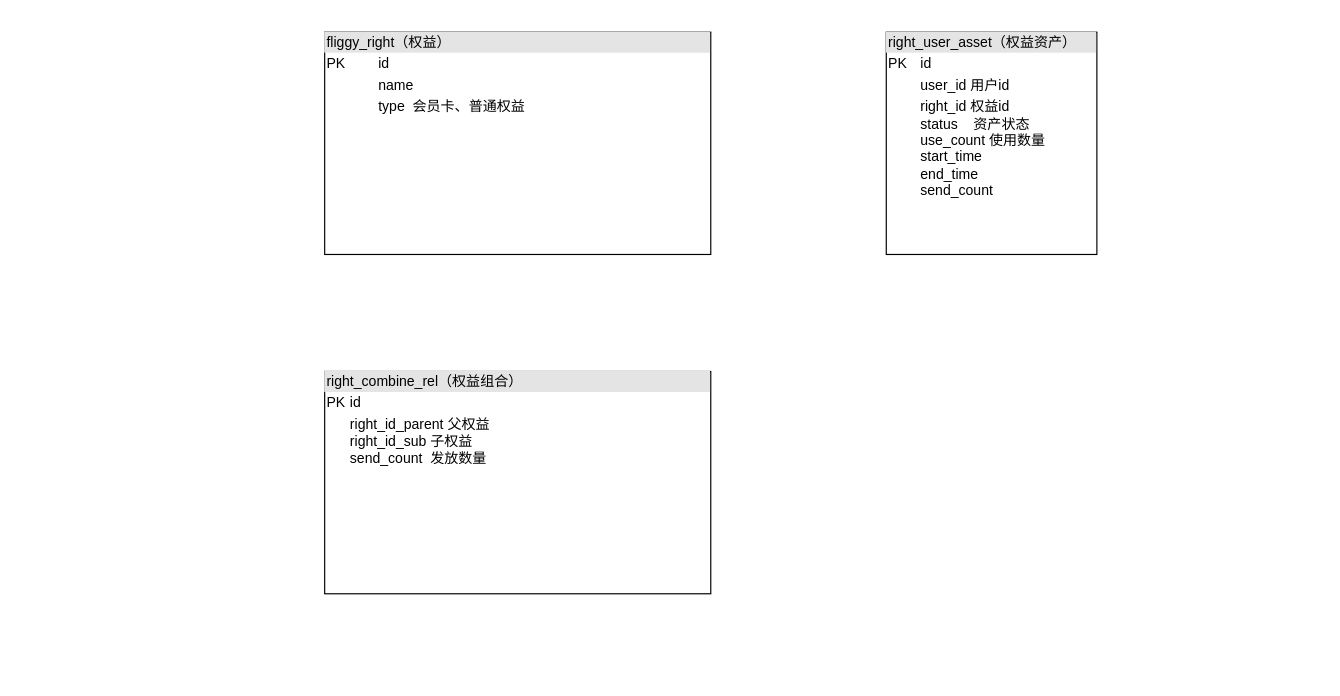
Earlier version of the draw.io diagram page "会员卡创建" (1 of 4) of 付费权益.drawio (renqiuming/drawio). Source tidied: cells renumbered, new cells numbered last; positions are measured from the earlier drawing's top-left corner, leaving out a move shared by most shapes. Both pictures are drawn from the tidied source at 117%, with x=0, y=0 at pixel (324, 32).
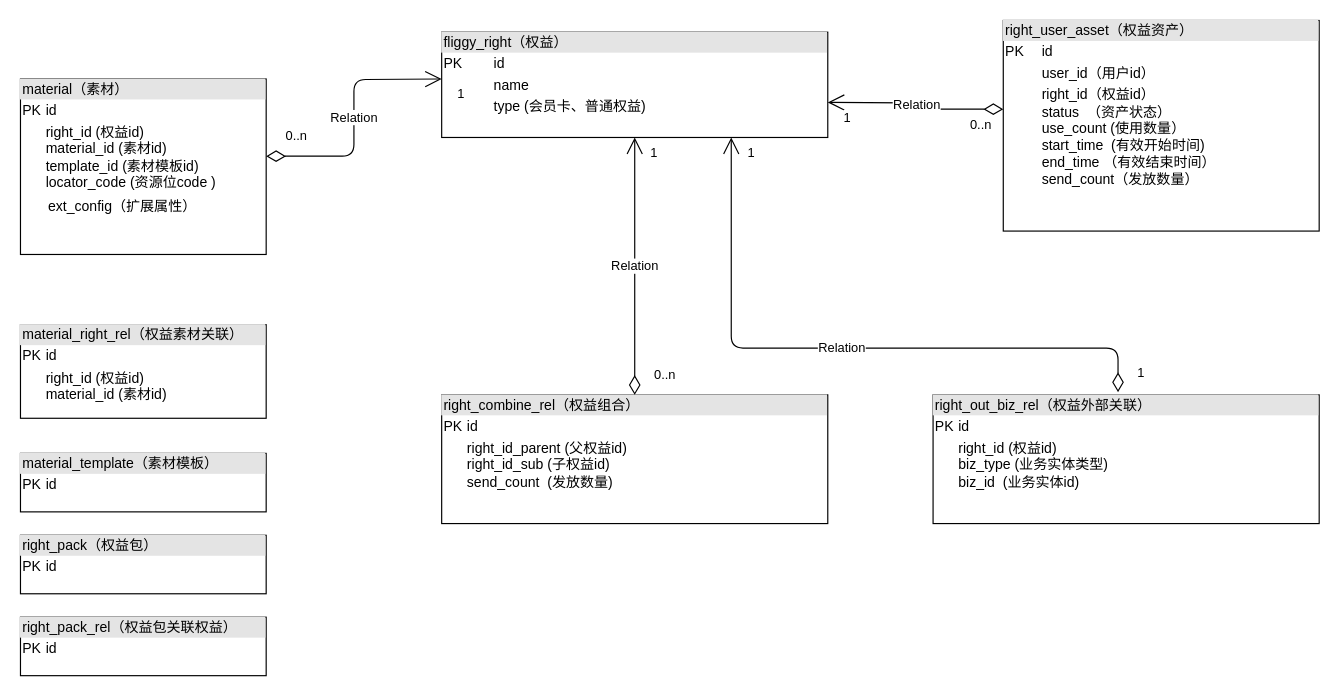
After the change.

Commit message (it also covers changes not shown here):
更新付费权益.drawio

Diff of the diagram source:
```diff
@@
-    <mxCell id="2" value="&lt;div style=&quot;box-sizing: border-box ; width: 100% ; background: #e4e4e4 ; padding: 2px&quot;&gt;fliggy_right（权益）&lt;/div&gt;&lt;table style=&quot;width: 100% ; font-size: 1em&quot; cellpadding=&quot;2&quot; cellspacing=&quot;0&quot;&gt;&lt;tbody&gt;&lt;tr&gt;&lt;td&gt;PK&lt;/td&gt;&lt;td&gt;id&lt;/td&gt;&lt;/tr&gt;&lt;tr&gt;&lt;td&gt;&lt;br&gt;&lt;/td&gt;&lt;td&gt;name&lt;br&gt;&lt;/td&gt;&lt;/tr&gt;&lt;tr&gt;&lt;td&gt;&lt;/td&gt;&lt;td&gt;type&amp;nbsp; 会员卡、普通权益&lt;br&gt;&lt;br&gt;&lt;br&gt;&lt;br&gt;&lt;br&gt;&lt;br&gt;&lt;/td&gt;&lt;/tr&gt;&lt;/tbody&gt;&lt;/table&gt;" style="verticalAlign=top;align=left;overflow=fill;html=1;" parent="1" vertex="1">
-      <mxGeometry width="330" height="190" as="geometry" />
+    <mxCell id="2" value="&lt;div style=&quot;box-sizing: border-box ; width: 100% ; background: #e4e4e4 ; padding: 2px&quot;&gt;fliggy_right（权益）&lt;/div&gt;&lt;table style=&quot;width: 100% ; font-size: 1em&quot; cellpadding=&quot;2&quot; cellspacing=&quot;0&quot;&gt;&lt;tbody&gt;&lt;tr&gt;&lt;td&gt;PK&lt;/td&gt;&lt;td&gt;id&lt;/td&gt;&lt;/tr&gt;&lt;tr&gt;&lt;td&gt;&lt;br&gt;&lt;/td&gt;&lt;td&gt;name&lt;br&gt;&lt;/td&gt;&lt;/tr&gt;&lt;tr&gt;&lt;td&gt;&lt;/td&gt;&lt;td&gt;type (会员卡、普通权益)&lt;br&gt;&lt;br&gt;&lt;br&gt;&lt;br&gt;&lt;br&gt;&lt;br&gt;&lt;/td&gt;&lt;/tr&gt;&lt;/tbody&gt;&lt;/table&gt;" style="verticalAlign=top;align=left;overflow=fill;html=1;" parent="1" vertex="1">
+      <mxGeometry x="100" width="330" height="90" as="geometry" />
     </mxCell>
-    <mxCell id="3" value="&lt;div style=&quot;box-sizing: border-box ; width: 100% ; background: #e4e4e4 ; padding: 2px&quot;&gt;right_user_asset（权益资产）&lt;br&gt;&lt;/div&gt;&lt;table style=&quot;width: 100% ; font-size: 1em&quot; cellpadding=&quot;2&quot; cellspacing=&quot;0&quot;&gt;&lt;tbody&gt;&lt;tr&gt;&lt;td&gt;PK&lt;/td&gt;&lt;td&gt;id&lt;/td&gt;&lt;/tr&gt;&lt;tr&gt;&lt;td&gt;&lt;br&gt;&lt;/td&gt;&lt;td&gt;user_id 用户id&lt;/td&gt;&lt;/tr&gt;&lt;tr&gt;&lt;td&gt;&lt;br&gt;&lt;/td&gt;&lt;td&gt;right_id 权益id&lt;br&gt;status&amp;nbsp; &amp;nbsp; 资产状态&lt;br&gt;use_count 使用数量&lt;br&gt;start_time&lt;br&gt;end_time&lt;br&gt;send_count&lt;br&gt;&lt;br&gt;&lt;/td&gt;&lt;/tr&gt;&lt;/tbody&gt;&lt;/table&gt;" style="verticalAlign=top;align=left;overflow=fill;html=1;" parent="1" vertex="1">
-      <mxGeometry x="480" width="180" height="190" as="geometry" />
+    <mxCell id="3" value="&lt;div style=&quot;box-sizing: border-box ; width: 100% ; background: #e4e4e4 ; padding: 2px&quot;&gt;right_user_asset（权益资产）&lt;br&gt;&lt;/div&gt;&lt;table style=&quot;width: 100% ; font-size: 1em&quot; cellpadding=&quot;2&quot; cellspacing=&quot;0&quot;&gt;&lt;tbody&gt;&lt;tr&gt;&lt;td&gt;PK&lt;/td&gt;&lt;td&gt;id&lt;/td&gt;&lt;/tr&gt;&lt;tr&gt;&lt;td&gt;&lt;br&gt;&lt;/td&gt;&lt;td&gt;user_id（用户id）&lt;/td&gt;&lt;/tr&gt;&lt;tr&gt;&lt;td&gt;&lt;br&gt;&lt;/td&gt;&lt;td&gt;right_id（权益id）&lt;br&gt;status&amp;nbsp; （资产状态）&lt;br&gt;use_count (使用数量）&lt;br&gt;start_time&amp;nbsp; (有效开始时间)&lt;br&gt;end_time （有效结束时间）&lt;br&gt;send_count（发放数量）&lt;br&gt;&lt;br&gt;&lt;/td&gt;&lt;/tr&gt;&lt;/tbody&gt;&lt;/table&gt;" style="verticalAlign=top;align=left;overflow=fill;html=1;" parent="1" vertex="1">
+      <mxGeometry x="580" y="-10" width="270" height="180" as="geometry" />
     </mxCell>
-    <mxCell id="4" value="&lt;div style=&quot;box-sizing: border-box ; width: 100% ; background: #e4e4e4 ; padding: 2px&quot;&gt;right_combine_rel（权益组合）&lt;/div&gt;&lt;table style=&quot;width: 100% ; font-size: 1em&quot; cellpadding=&quot;2&quot; cellspacing=&quot;0&quot;&gt;&lt;tbody&gt;&lt;tr&gt;&lt;td&gt;PK&lt;/td&gt;&lt;td&gt;id&lt;/td&gt;&lt;/tr&gt;&lt;tr&gt;&lt;td&gt;&lt;br&gt;&lt;/td&gt;&lt;td&gt;right_id_parent 父权益&lt;br&gt;right_id_sub 子权益&lt;br&gt;send_count&amp;nbsp; 发放数量&lt;br&gt;&lt;span style=&quot;color: rgb(89 , 89 , 89) ; font-family: , &amp;#34;consolas&amp;#34; , &amp;#34;liberation mono&amp;#34; , &amp;#34;menlo&amp;#34; , &amp;#34;courier&amp;#34; , monospace ; font-size: 13px ; letter-spacing: 0.7px ; background-color: rgb(249 , 249 , 249)&quot;&gt;&lt;br&gt;&lt;/span&gt;&lt;/td&gt;&lt;/tr&gt;&lt;tr&gt;&lt;td&gt;&lt;/td&gt;&lt;td&gt;&lt;table cellpadding=&quot;2&quot; cellspacing=&quot;0&quot; style=&quot;font-size: 1em ; width: 330px&quot;&gt;&lt;tbody&gt;&lt;tr&gt;&lt;td&gt;&lt;span style=&quot;color: rgb(89 , 89 , 89) ; font-family: , &amp;#34;consolas&amp;#34; , &amp;#34;liberation mono&amp;#34; , &amp;#34;menlo&amp;#34; , &amp;#34;courier&amp;#34; , monospace ; font-size: 13px ; letter-spacing: 0.7px ; background-color: rgb(249 , 249 , 249)&quot;&gt;&lt;br&gt;&lt;br&gt;&lt;/span&gt;&lt;/td&gt;&lt;/tr&gt;&lt;/tbody&gt;&lt;/table&gt;&lt;br&gt;&lt;br&gt;&lt;br&gt;&lt;br&gt;&lt;/td&gt;&lt;/tr&gt;&lt;/tbody&gt;&lt;/table&gt;" style="verticalAlign=top;align=left;overflow=fill;html=1;" parent="1" vertex="1">
-      <mxGeometry y="290" width="330" height="190" as="geometry" />
+    <mxCell id="4" value="&lt;div style=&quot;box-sizing: border-box ; width: 100% ; background: #e4e4e4 ; padding: 2px&quot;&gt;right_combine_rel（权益组合）&lt;/div&gt;&lt;table style=&quot;width: 100% ; font-size: 1em&quot; cellpadding=&quot;2&quot; cellspacing=&quot;0&quot;&gt;&lt;tbody&gt;&lt;tr&gt;&lt;td&gt;PK&lt;/td&gt;&lt;td&gt;id&lt;/td&gt;&lt;/tr&gt;&lt;tr&gt;&lt;td&gt;&lt;br&gt;&lt;/td&gt;&lt;td&gt;right_id_parent (父权益id)&lt;br&gt;right_id_sub (子权益id)&lt;br&gt;send_count&amp;nbsp; (发放数量)&lt;br&gt;&lt;span style=&quot;color: rgb(89 , 89 , 89) ; font-family: , &amp;#34;consolas&amp;#34; , &amp;#34;liberation mono&amp;#34; , &amp;#34;menlo&amp;#34; , &amp;#34;courier&amp;#34; , monospace ; font-size: 13px ; letter-spacing: 0.7px ; background-color: rgb(249 , 249 , 249)&quot;&gt;&lt;br&gt;&lt;/span&gt;&lt;/td&gt;&lt;/tr&gt;&lt;tr&gt;&lt;td&gt;&lt;/td&gt;&lt;td&gt;&lt;table cellpadding=&quot;2&quot; cellspacing=&quot;0&quot; style=&quot;font-size: 1em ; width: 330px&quot;&gt;&lt;tbody&gt;&lt;tr&gt;&lt;td&gt;&lt;span style=&quot;color: rgb(89 , 89 , 89) ; font-family: , &amp;#34;consolas&amp;#34; , &amp;#34;liberation mono&amp;#34; , &amp;#34;menlo&amp;#34; , &amp;#34;courier&amp;#34; , monospace ; font-size: 13px ; letter-spacing: 0.7px ; background-color: rgb(249 , 249 , 249)&quot;&gt;&lt;br&gt;&lt;br&gt;&lt;/span&gt;&lt;/td&gt;&lt;/tr&gt;&lt;/tbody&gt;&lt;/table&gt;&lt;br&gt;&lt;br&gt;&lt;br&gt;&lt;br&gt;&lt;/td&gt;&lt;/tr&gt;&lt;/tbody&gt;&lt;/table&gt;" style="verticalAlign=top;align=left;overflow=fill;html=1;" parent="1" vertex="1">
+      <mxGeometry x="100" y="310" width="330" height="110" as="geometry" />
     </mxCell>
+    <mxCell id="5" value="Relation" style="endArrow=open;html=1;endSize=12;startArrow=diamondThin;startSize=14;startFill=0;edgeStyle=orthogonalEdgeStyle;exitX=0;exitY=0.421;exitDx=0;exitDy=0;exitPerimeter=0;" parent="1" edge="1" source="3">
+      <mxGeometry relative="1" as="geometry">
+        <mxPoint x="430" y="60" as="targetPoint" />
+      </mxGeometry>
+    </mxCell>
+    <mxCell id="6" value="0..n" style="edgeLabel;html=1;align=left;verticalAlign=top;" parent="5" vertex="1">
+      <mxGeometry x="-1" relative="1" as="geometry">
+        <mxPoint x="-30" as="offset" />
+      </mxGeometry>
+    </mxCell>
+    <mxCell id="7" value="1" style="edgeLabel;html=1;align=right;verticalAlign=top;" parent="5" vertex="1">
+      <mxGeometry x="1" relative="1" as="geometry">
+        <mxPoint x="20" as="offset" />
+      </mxGeometry>
+    </mxCell>
+    <mxCell id="8" value="&lt;div style=&quot;box-sizing: border-box ; width: 100% ; background: #e4e4e4 ; padding: 2px&quot;&gt;material_right_rel（权益素材关联）&lt;/div&gt;&lt;table style=&quot;width: 100% ; font-size: 1em&quot; cellpadding=&quot;2&quot; cellspacing=&quot;0&quot;&gt;&lt;tbody&gt;&lt;tr&gt;&lt;td&gt;PK&lt;/td&gt;&lt;td&gt;id&lt;/td&gt;&lt;/tr&gt;&lt;tr&gt;&lt;td&gt;&lt;br&gt;&lt;/td&gt;&lt;td&gt;right_id (权益id)&lt;br&gt;material_id (素材id)&lt;br&gt;&lt;span style=&quot;color: rgb(89 , 89 , 89) ; font-family: , &amp;#34;consolas&amp;#34; , &amp;#34;liberation mono&amp;#34; , &amp;#34;menlo&amp;#34; , &amp;#34;courier&amp;#34; , monospace ; font-size: 13px ; letter-spacing: 0.7px ; background-color: rgb(249 , 249 , 249)&quot;&gt;&lt;br&gt;&lt;/span&gt;&lt;/td&gt;&lt;/tr&gt;&lt;tr&gt;&lt;td&gt;&lt;/td&gt;&lt;td&gt;&lt;table cellpadding=&quot;2&quot; cellspacing=&quot;0&quot; style=&quot;font-size: 1em ; width: 330px&quot;&gt;&lt;tbody&gt;&lt;tr&gt;&lt;td&gt;&lt;span style=&quot;color: rgb(89 , 89 , 89) ; font-family: , &amp;#34;consolas&amp;#34; , &amp;#34;liberation mono&amp;#34; , &amp;#34;menlo&amp;#34; , &amp;#34;courier&amp;#34; , monospace ; font-size: 13px ; letter-spacing: 0.7px ; background-color: rgb(249 , 249 , 249)&quot;&gt;&lt;br&gt;&lt;br&gt;&lt;/span&gt;&lt;/td&gt;&lt;/tr&gt;&lt;/tbody&gt;&lt;/table&gt;&lt;br&gt;&lt;br&gt;&lt;br&gt;&lt;br&gt;&lt;/td&gt;&lt;/tr&gt;&lt;/tbody&gt;&lt;/table&gt;" style="verticalAlign=top;align=left;overflow=fill;html=1;" parent="1" vertex="1">
+      <mxGeometry x="-260" y="250" width="210" height="80" as="geometry" />
+    </mxCell>
+    <mxCell id="9" value="Relation" style="endArrow=open;html=1;endSize=12;startArrow=diamondThin;startSize=14;startFill=0;edgeStyle=orthogonalEdgeStyle;exitX=0.5;exitY=0;exitDx=0;exitDy=0;entryX=0.5;entryY=1;entryDx=0;entryDy=0;" parent="1" edge="1" source="4" target="2">
+      <mxGeometry relative="1" as="geometry" />
+    </mxCell>
+    <mxCell id="10" value="0..n" style="edgeLabel;html=1;align=left;verticalAlign=top;" parent="9" vertex="1">
+      <mxGeometry x="-1" relative="1" as="geometry">
+        <mxPoint x="15" y="-30" as="offset" />
+      </mxGeometry>
+    </mxCell>
+    <mxCell id="11" value="1" style="edgeLabel;html=1;align=right;verticalAlign=top;" parent="9" vertex="1">
+      <mxGeometry x="1" relative="1" as="geometry">
+        <mxPoint x="20" as="offset" />
+      </mxGeometry>
+    </mxCell>
+    <mxCell id="12" value="&lt;div style=&quot;box-sizing: border-box ; width: 100% ; background: #e4e4e4 ; padding: 2px&quot;&gt;material（素材）&lt;/div&gt;&lt;table style=&quot;width: 100% ; font-size: 1em&quot; cellpadding=&quot;2&quot; cellspacing=&quot;0&quot;&gt;&lt;tbody&gt;&lt;tr&gt;&lt;td&gt;PK&lt;/td&gt;&lt;td&gt;id&lt;/td&gt;&lt;/tr&gt;&lt;tr&gt;&lt;td&gt;&lt;br&gt;&lt;/td&gt;&lt;td&gt;right_id (权益id)&lt;br&gt;material_id (素材id)&lt;br&gt;template_id (素材模板id)&lt;br&gt;locator_code (资源位code )&lt;span style=&quot;background-color: rgb(249 , 249 , 249)&quot;&gt;&lt;br&gt;&lt;/span&gt;&lt;/td&gt;&lt;/tr&gt;&lt;tr&gt;&lt;td&gt;&lt;/td&gt;&lt;td&gt;&lt;table cellpadding=&quot;2&quot; cellspacing=&quot;0&quot; style=&quot;font-size: 1em ; width: 330px&quot;&gt;&lt;tbody&gt;&lt;tr&gt;&lt;td&gt;ext_config（扩展属性）&lt;span style=&quot;background-color: rgb(249 , 249 , 249)&quot;&gt;&lt;br&gt;&lt;br&gt;&lt;/span&gt;&lt;/td&gt;&lt;/tr&gt;&lt;/tbody&gt;&lt;/table&gt;&lt;br&gt;&lt;br&gt;&lt;br&gt;&lt;br&gt;&lt;/td&gt;&lt;/tr&gt;&lt;/tbody&gt;&lt;/table&gt;" style="verticalAlign=top;align=left;overflow=fill;html=1;" parent="1" vertex="1">
+      <mxGeometry x="-260" y="40" width="210" height="150" as="geometry" />
+    </mxCell>
+    <mxCell id="13" value="&lt;div style=&quot;box-sizing: border-box ; width: 100% ; background: #e4e4e4 ; padding: 2px&quot;&gt;right_out_biz_rel（权益外部关联）&lt;/div&gt;&lt;table style=&quot;width: 100% ; font-size: 1em&quot; cellpadding=&quot;2&quot; cellspacing=&quot;0&quot;&gt;&lt;tbody&gt;&lt;tr&gt;&lt;td&gt;PK&lt;/td&gt;&lt;td&gt;id&lt;/td&gt;&lt;/tr&gt;&lt;tr&gt;&lt;td&gt;&lt;br&gt;&lt;/td&gt;&lt;td&gt;right_id (权益id)&lt;br&gt;biz_type&amp;nbsp;(业务实体类型)&lt;br&gt;biz_id&amp;nbsp; (业务实体id)&lt;br&gt;&lt;span style=&quot;color: rgb(89 , 89 , 89) ; font-family: , &amp;#34;consolas&amp;#34; , &amp;#34;liberation mono&amp;#34; , &amp;#34;menlo&amp;#34; , &amp;#34;courier&amp;#34; , monospace ; font-size: 13px ; letter-spacing: 0.7px ; background-color: rgb(249 , 249 , 249)&quot;&gt;&lt;br&gt;&lt;/span&gt;&lt;/td&gt;&lt;/tr&gt;&lt;tr&gt;&lt;td&gt;&lt;/td&gt;&lt;td&gt;&lt;table cellpadding=&quot;2&quot; cellspacing=&quot;0&quot; style=&quot;font-size: 1em ; width: 330px&quot;&gt;&lt;tbody&gt;&lt;tr&gt;&lt;td&gt;&lt;span style=&quot;color: rgb(89 , 89 , 89) ; font-family: , &amp;#34;consolas&amp;#34; , &amp;#34;liberation mono&amp;#34; , &amp;#34;menlo&amp;#34; , &amp;#34;courier&amp;#34; , monospace ; font-size: 13px ; letter-spacing: 0.7px ; background-color: rgb(249 , 249 , 249)&quot;&gt;&lt;br&gt;&lt;br&gt;&lt;/span&gt;&lt;/td&gt;&lt;/tr&gt;&lt;/tbody&gt;&lt;/table&gt;&lt;br&gt;&lt;br&gt;&lt;br&gt;&lt;br&gt;&lt;/td&gt;&lt;/tr&gt;&lt;/tbody&gt;&lt;/table&gt;" style="verticalAlign=top;align=left;overflow=fill;html=1;" parent="1" vertex="1">
+      <mxGeometry x="520" y="310" width="330" height="110" as="geometry" />
+    </mxCell>
+    <mxCell id="14" value="Relation" style="endArrow=open;html=1;endSize=12;startArrow=diamondThin;startSize=14;startFill=0;edgeStyle=orthogonalEdgeStyle;exitX=0.479;exitY=-0.021;exitDx=0;exitDy=0;exitPerimeter=0;entryX=0.75;entryY=1;entryDx=0;entryDy=0;" parent="1" edge="1" source="13" target="2">
+      <mxGeometry relative="1" as="geometry">
+        <Array as="points">
+          <mxPoint x="678" y="270" />
+          <mxPoint x="348" y="270" />
+        </Array>
+      </mxGeometry>
+    </mxCell>
+    <mxCell id="15" value="1" style="edgeLabel;html=1;align=left;verticalAlign=top;" parent="14" vertex="1">
+      <mxGeometry x="-1" relative="1" as="geometry">
+        <mxPoint x="15" y="-30" as="offset" />
+      </mxGeometry>
+    </mxCell>
+    <mxCell id="16" value="1" style="edgeLabel;html=1;align=right;verticalAlign=top;" parent="14" vertex="1">
+      <mxGeometry x="1" relative="1" as="geometry">
+        <mxPoint x="20" as="offset" />
+      </mxGeometry>
+    </mxCell>
+    <mxCell id="17" value="&lt;div style=&quot;box-sizing: border-box ; width: 100% ; background: #e4e4e4 ; padding: 2px&quot;&gt;material_template（素材模板）&lt;/div&gt;&lt;table style=&quot;width: 100% ; font-size: 1em&quot; cellpadding=&quot;2&quot; cellspacing=&quot;0&quot;&gt;&lt;tbody&gt;&lt;tr&gt;&lt;td&gt;PK&lt;/td&gt;&lt;td&gt;id&lt;/td&gt;&lt;/tr&gt;&lt;tr&gt;&lt;td&gt;&lt;br&gt;&lt;/td&gt;&lt;td&gt;&lt;span style=&quot;color: rgb(89 , 89 , 89) ; font-family: , &amp;#34;consolas&amp;#34; , &amp;#34;liberation mono&amp;#34; , &amp;#34;menlo&amp;#34; , &amp;#34;courier&amp;#34; , monospace ; font-size: 13px ; letter-spacing: 0.7px ; background-color: rgb(249 , 249 , 249)&quot;&gt;&lt;br&gt;&lt;/span&gt;&lt;/td&gt;&lt;/tr&gt;&lt;tr&gt;&lt;td&gt;&lt;/td&gt;&lt;td&gt;&lt;table cellpadding=&quot;2&quot; cellspacing=&quot;0&quot; style=&quot;font-size: 1em ; width: 330px&quot;&gt;&lt;tbody&gt;&lt;tr&gt;&lt;td&gt;&lt;span style=&quot;color: rgb(89 , 89 , 89) ; font-family: , &amp;#34;consolas&amp;#34; , &amp;#34;liberation mono&amp;#34; , &amp;#34;menlo&amp;#34; , &amp;#34;courier&amp;#34; , monospace ; font-size: 13px ; letter-spacing: 0.7px ; background-color: rgb(249 , 249 , 249)&quot;&gt;&lt;br&gt;&lt;br&gt;&lt;/span&gt;&lt;/td&gt;&lt;/tr&gt;&lt;/tbody&gt;&lt;/table&gt;&lt;br&gt;&lt;br&gt;&lt;br&gt;&lt;br&gt;&lt;/td&gt;&lt;/tr&gt;&lt;/tbody&gt;&lt;/table&gt;" style="verticalAlign=top;align=left;overflow=fill;html=1;" parent="1" vertex="1">
+      <mxGeometry x="-260" y="360" width="210" height="50" as="geometry" />
+    </mxCell>
+    <mxCell id="18" value="Relation" style="endArrow=open;html=1;endSize=12;startArrow=diamondThin;startSize=14;startFill=0;edgeStyle=orthogonalEdgeStyle;exitX=1;exitY=0.44;exitDx=0;exitDy=0;entryX=0.5;entryY=1;entryDx=0;entryDy=0;exitPerimeter=0;" parent="1" edge="1" source="12">
+      <mxGeometry relative="1" as="geometry">
+        <mxPoint x="100" y="40" as="targetPoint" />
+      </mxGeometry>
+    </mxCell>
+    <mxCell id="19" value="0..n" style="edgeLabel;html=1;align=left;verticalAlign=top;" parent="18" vertex="1">
+      <mxGeometry x="-1" relative="1" as="geometry">
+        <mxPoint x="15" y="-30" as="offset" />
+      </mxGeometry>
+    </mxCell>
+    <mxCell id="20" value="1" style="edgeLabel;html=1;align=right;verticalAlign=top;" parent="18" vertex="1">
+      <mxGeometry x="1" relative="1" as="geometry">
+        <mxPoint x="20" as="offset" />
+      </mxGeometry>
+    </mxCell>
+    <mxCell id="21" value="&lt;div style=&quot;box-sizing: border-box ; width: 100% ; background: #e4e4e4 ; padding: 2px&quot;&gt;right_pack（权益包）&lt;/div&gt;&lt;table style=&quot;width: 100% ; font-size: 1em&quot; cellpadding=&quot;2&quot; cellspacing=&quot;0&quot;&gt;&lt;tbody&gt;&lt;tr&gt;&lt;td&gt;PK&lt;/td&gt;&lt;td&gt;id&lt;/td&gt;&lt;/tr&gt;&lt;tr&gt;&lt;td&gt;&lt;br&gt;&lt;/td&gt;&lt;td&gt;&lt;span style=&quot;color: rgb(89 , 89 , 89) ; font-family: , &amp;#34;consolas&amp;#34; , &amp;#34;liberation mono&amp;#34; , &amp;#34;menlo&amp;#34; , &amp;#34;courier&amp;#34; , monospace ; font-size: 13px ; letter-spacing: 0.7px ; background-color: rgb(249 , 249 , 249)&quot;&gt;&lt;br&gt;&lt;/span&gt;&lt;/td&gt;&lt;/tr&gt;&lt;tr&gt;&lt;td&gt;&lt;/td&gt;&lt;td&gt;&lt;table cellpadding=&quot;2&quot; cellspacing=&quot;0&quot; style=&quot;font-size: 1em ; width: 330px&quot;&gt;&lt;tbody&gt;&lt;tr&gt;&lt;td&gt;&lt;span style=&quot;color: rgb(89 , 89 , 89) ; font-family: , &amp;#34;consolas&amp;#34; , &amp;#34;liberation mono&amp;#34; , &amp;#34;menlo&amp;#34; , &amp;#34;courier&amp;#34; , monospace ; font-size: 13px ; letter-spacing: 0.7px ; background-color: rgb(249 , 249 , 249)&quot;&gt;&lt;br&gt;&lt;br&gt;&lt;/span&gt;&lt;/td&gt;&lt;/tr&gt;&lt;/tbody&gt;&lt;/table&gt;&lt;br&gt;&lt;br&gt;&lt;br&gt;&lt;br&gt;&lt;/td&gt;&lt;/tr&gt;&lt;/tbody&gt;&lt;/table&gt;" style="verticalAlign=top;align=left;overflow=fill;html=1;" parent="1" vertex="1">
+      <mxGeometry x="-260" y="430" width="210" height="50" as="geometry" />
+    </mxCell>
+    <mxCell id="22" value="&lt;div style=&quot;box-sizing: border-box ; width: 100% ; background: #e4e4e4 ; padding: 2px&quot;&gt;right_pack_rel（权益包关联权益）&lt;/div&gt;&lt;table style=&quot;width: 100% ; font-size: 1em&quot; cellpadding=&quot;2&quot; cellspacing=&quot;0&quot;&gt;&lt;tbody&gt;&lt;tr&gt;&lt;td&gt;PK&lt;/td&gt;&lt;td&gt;id&lt;/td&gt;&lt;/tr&gt;&lt;tr&gt;&lt;td&gt;&lt;br&gt;&lt;/td&gt;&lt;td&gt;&lt;span style=&quot;color: rgb(89 , 89 , 89) ; font-family: , &amp;#34;consolas&amp;#34; , &amp;#34;liberation mono&amp;#34; , &amp;#34;menlo&amp;#34; , &amp;#34;courier&amp;#34; , monospace ; font-size: 13px ; letter-spacing: 0.7px ; background-color: rgb(249 , 249 , 249)&quot;&gt;&lt;br&gt;&lt;/span&gt;&lt;/td&gt;&lt;/tr&gt;&lt;tr&gt;&lt;td&gt;&lt;/td&gt;&lt;td&gt;&lt;table cellpadding=&quot;2&quot; cellspacing=&quot;0&quot; style=&quot;font-size: 1em ; width: 330px&quot;&gt;&lt;tbody&gt;&lt;tr&gt;&lt;td&gt;&lt;span style=&quot;color: rgb(89 , 89 , 89) ; font-family: , &amp;#34;consolas&amp;#34; , &amp;#34;liberation mono&amp;#34; , &amp;#34;menlo&amp;#34; , &amp;#34;courier&amp;#34; , monospace ; font-size: 13px ; letter-spacing: 0.7px ; background-color: rgb(249 , 249 , 249)&quot;&gt;&lt;br&gt;&lt;br&gt;&lt;/span&gt;&lt;/td&gt;&lt;/tr&gt;&lt;/tbody&gt;&lt;/table&gt;&lt;br&gt;&lt;br&gt;&lt;br&gt;&lt;br&gt;&lt;/td&gt;&lt;/tr&gt;&lt;/tbody&gt;&lt;/table&gt;" style="verticalAlign=top;align=left;overflow=fill;html=1;" parent="1" vertex="1">
+      <mxGeometry x="-260" y="500" width="210" height="50" as="geometry" />
+    </mxCell>
```
